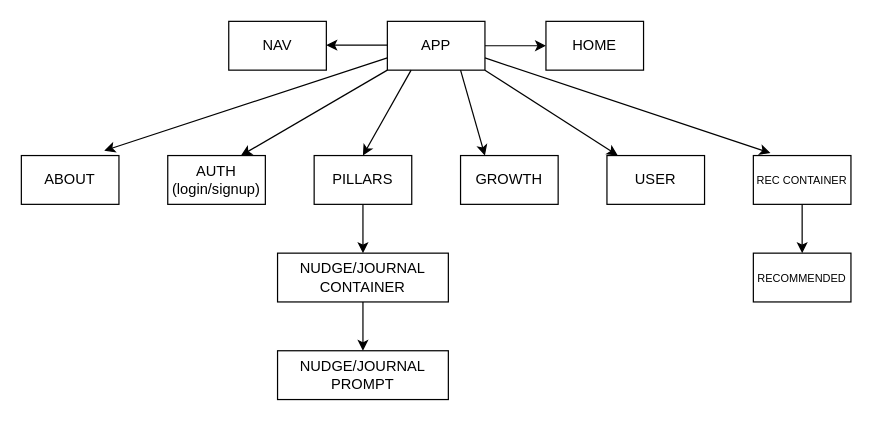
Earlier version of the draw.io diagram micelio_tree.drawio (vcali02/phase-5-capstone). Source tidied: cells renumbered, new cells numbered last; positions are measured from the earlier drawing's top-left corner, leaving out a move shared by most shapes. Both pictures are drawn from the tidied source at 122%, with x=0, y=0 at pixel (21, 21).
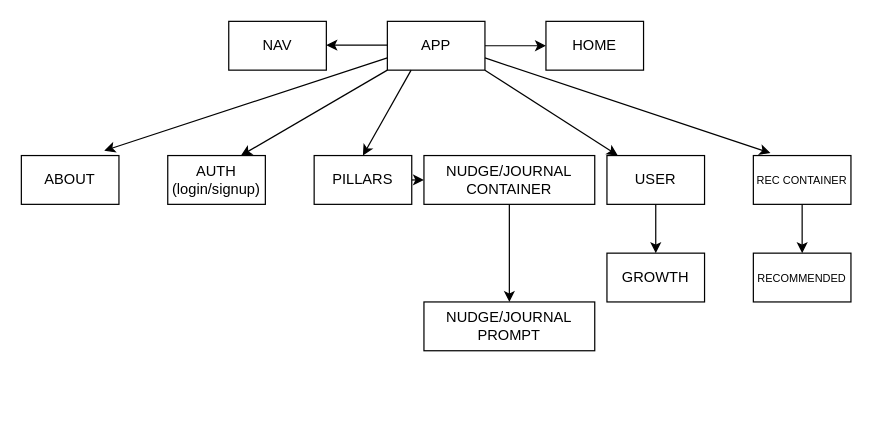
The same page after the edit.

Unchanged cells that the change refers to:
```xml
<mxCell id="3" style="whiteSpace=wrap;html=1;" parent="1" vertex="1">
  <mxGeometry x="300" width="80" height="40" as="geometry" />
</mxCell>
<mxCell id="15" value="USER" style="whiteSpace=wrap;html=1;" parent="1" vertex="1">
  <mxGeometry x="480" y="110" width="80" height="40" as="geometry" />
</mxCell>
```

The edit, as a diff of the source:
```diff
@@
+    <mxCell id="28" style="edgeStyle=none;html=1;" parent="1" edge="1" source="15" target="16">
+      <mxGeometry relative="1" as="geometry" />
+    </mxCell>
@@
     <mxCell id="16" value="GROWTH" style="whiteSpace=wrap;html=1;" parent="1" vertex="1">
-      <mxGeometry x="360" y="110" width="80" height="40" as="geometry" />
+      <mxGeometry x="480" y="190" width="80" height="40" as="geometry" />
     </mxCell>
@@
     <mxCell id="18" value="&lt;font style=&quot;font-size: 12px;&quot;&gt;NUDGE/JOURNAL CONTAINER&lt;/font&gt;" style="whiteSpace=wrap;html=1;" parent="1" vertex="1">
-      <mxGeometry x="210" y="190" width="140" height="40" as="geometry" />
+      <mxGeometry x="330" y="110" width="140" height="40" as="geometry" />
     </mxCell>
     <mxCell id="19" value="NUDGE/JOURNAL PROMPT" style="whiteSpace=wrap;html=1;" parent="1" vertex="1">
-      <mxGeometry x="210" y="270" width="140" height="40" as="geometry" />
+      <mxGeometry x="330" y="230" width="140" height="40" as="geometry" />
     </mxCell>
@@
-    <mxCell id="23" style="edgeStyle=none;html=1;entryX=0.25;entryY=0;entryDx=0;entryDy=0;exitX=0.75;exitY=1;exitDx=0;exitDy=0;" parent="1" edge="1" source="3" target="16">
-      <mxGeometry relative="1" as="geometry" />
-    </mxCell>
```
